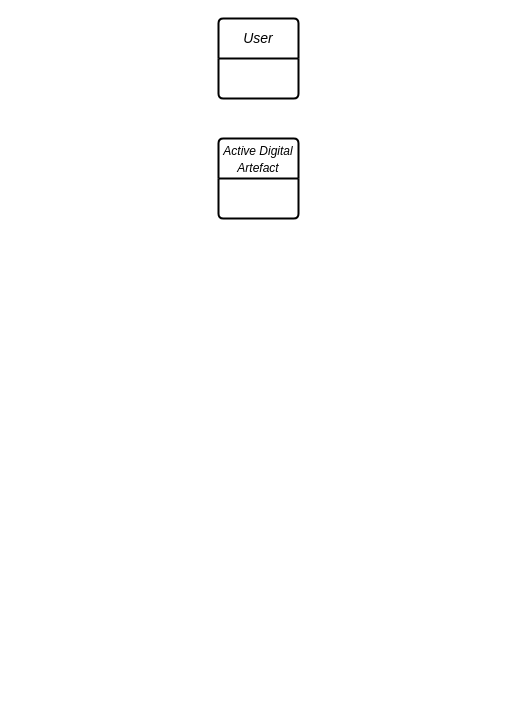
CoffeeNte/CoffeeNte keeps this draw.io diagram as Untitled Diagram.drawio. Above is the earlier version. Source tidied: cells renumbered, new cells numbered last; positions are measured from the earlier drawing's top-left corner, leaving out a move shared by most shapes. Both pictures are drawn from the tidied source at 100%, with x=0, y=0 at pixel (218, 18).
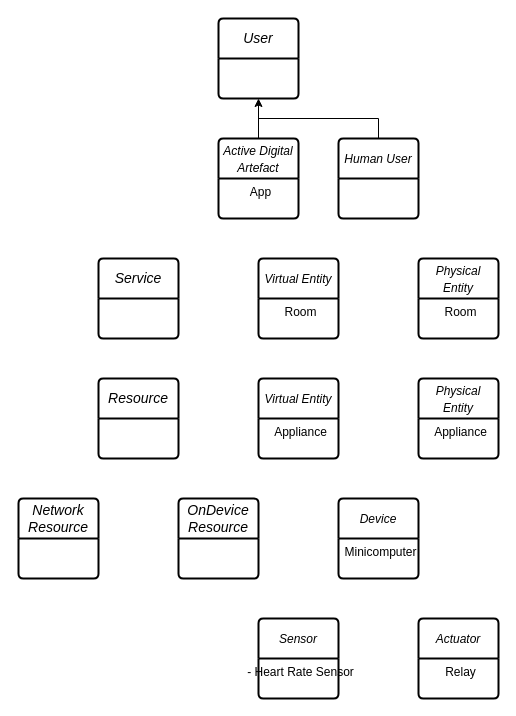
The same page after the edit.

The change refers to these unchanged cells:
```xml
<mxCell id="2" value="&lt;i&gt;User&lt;/i&gt;" style="swimlane;horizontal=1;startSize=40;rounded=1;fontSize=14;fontStyle=0;strokeWidth=2;shadow=0;dashed=0;align=center;arcSize=4;whiteSpace=wrap;html=1;" parent="1" vertex="1">
  <mxGeometry width="80" height="80" as="geometry" />
</mxCell>
```

What changed in the source:
```diff
@@
+    <mxCell id="4" style="edgeStyle=orthogonalEdgeStyle;rounded=0;jettySize=auto;html=1;exitX=0.5;exitY=0;exitDx=0;exitDy=0;entryX=0.5;entryY=1;entryDx=0;entryDy=0;" parent="1" edge="1" source="3" target="2">
+      <mxGeometry relative="1" as="geometry" />
+    </mxCell>
-    <mxCell id="3" value="&lt;font style=&quot;font-size: 12px;&quot;&gt;&lt;i&gt;Active Digital Artefact&lt;/i&gt;&lt;/font&gt;" style="swimlane;horizontal=1;startSize=40;rounded=1;fontSize=14;fontStyle=0;strokeWidth=2;shadow=0;dashed=0;align=center;arcSize=4;whiteSpace=wrap;html=1;" parent="1" vertex="1">
+    <mxCell id="3" value="&lt;i style=&quot;border-color: var(--border-color); font-size: 12px;&quot;&gt;Active Digital Artefact&lt;/i&gt;" style="swimlane;horizontal=1;startSize=40;rounded=1;fontSize=14;fontStyle=0;strokeWidth=2;shadow=0;dashed=0;align=center;arcSize=4;whiteSpace=wrap;html=1;" parent="1" vertex="1">
       <mxGeometry y="120" width="80" height="80" as="geometry" />
     </mxCell>
+    <mxCell id="5" value="&lt;div style=&quot;&quot;&gt;&lt;span style=&quot;background-color: initial;&quot;&gt;App&lt;/span&gt;&lt;/div&gt;" style="align=center;strokeColor=none;fillColor=none;spacingLeft=4;fontSize=12;verticalAlign=top;html=1;" parent="3" vertex="1">
+      <mxGeometry y="40" width="80" height="40" as="geometry" />
+    </mxCell>
+    <mxCell id="6" style="edgeStyle=orthogonalEdgeStyle;rounded=0;jettySize=auto;html=1;exitX=0.5;exitY=0;exitDx=0;exitDy=0;endArrow=none;endFill=0;" parent="1" edge="1" source="7">
+      <mxGeometry relative="1" as="geometry">
+        <mxPoint x="40" y="100" as="targetPoint" />
+        <Array as="points">
+          <mxPoint x="160" y="100" />
+        </Array>
+      </mxGeometry>
+    </mxCell>
+    <mxCell id="7" value="&lt;i style=&quot;border-color: var(--border-color); font-size: 12px;&quot;&gt;Human User&lt;/i&gt;" style="swimlane;horizontal=1;startSize=40;rounded=1;fontSize=14;fontStyle=0;strokeWidth=2;shadow=0;dashed=0;align=center;arcSize=4;whiteSpace=wrap;html=1;" parent="1" vertex="1">
+      <mxGeometry x="120" y="120" width="80" height="80" as="geometry" />
+    </mxCell>
+    <mxCell id="8" value="&lt;div style=&quot;&quot;&gt;&lt;br&gt;&lt;/div&gt;" style="align=center;strokeColor=none;fillColor=none;spacingLeft=4;fontSize=12;verticalAlign=top;html=1;" parent="7" vertex="1">
+      <mxGeometry y="40" width="80" height="40" as="geometry" />
+    </mxCell>
+    <mxCell id="9" value="&lt;i style=&quot;border-color: var(--border-color); font-size: 12px;&quot;&gt;Virtual Entity&lt;/i&gt;" style="swimlane;horizontal=1;startSize=40;rounded=1;fontSize=14;fontStyle=0;strokeWidth=2;shadow=0;dashed=0;align=center;arcSize=4;whiteSpace=wrap;html=1;" parent="1" vertex="1">
+      <mxGeometry x="40" y="240" width="80" height="80" as="geometry" />
+    </mxCell>
+    <mxCell id="10" value="&lt;div style=&quot;&quot;&gt;&lt;span style=&quot;background-color: initial;&quot;&gt;Room&lt;/span&gt;&lt;/div&gt;" style="align=center;strokeColor=none;fillColor=none;spacingLeft=4;fontSize=12;verticalAlign=top;html=1;" parent="9" vertex="1">
+      <mxGeometry y="40" width="80" height="40" as="geometry" />
+    </mxCell>
+    <mxCell id="11" value="&lt;i&gt;Service&lt;/i&gt;" style="swimlane;horizontal=1;startSize=40;rounded=1;fontSize=14;fontStyle=0;strokeWidth=2;shadow=0;dashed=0;align=center;arcSize=4;whiteSpace=wrap;html=1;" parent="1" vertex="1">
+      <mxGeometry x="-120" y="240" width="80" height="80" as="geometry" />
+    </mxCell>
+    <mxCell id="12" value="&lt;i&gt;Resource&lt;/i&gt;" style="swimlane;horizontal=1;startSize=40;rounded=1;fontSize=14;fontStyle=0;strokeWidth=2;shadow=0;dashed=0;align=center;arcSize=4;whiteSpace=wrap;html=1;" parent="1" vertex="1">
+      <mxGeometry x="-120" y="360" width="80" height="80" as="geometry" />
+    </mxCell>
+    <mxCell id="13" value="&lt;i&gt;Network Resource&lt;/i&gt;" style="swimlane;horizontal=1;startSize=40;rounded=1;fontSize=14;fontStyle=0;strokeWidth=2;shadow=0;dashed=0;align=center;arcSize=4;whiteSpace=wrap;html=1;" parent="1" vertex="1">
+      <mxGeometry x="-200" y="480" width="80" height="80" as="geometry" />
+    </mxCell>
+    <mxCell id="14" value="&lt;i&gt;OnDevice Resource&lt;/i&gt;" style="swimlane;horizontal=1;startSize=40;rounded=1;fontSize=14;fontStyle=0;strokeWidth=2;shadow=0;dashed=0;align=center;arcSize=4;whiteSpace=wrap;html=1;" parent="1" vertex="1">
+      <mxGeometry x="-40" y="480" width="80" height="80" as="geometry" />
+    </mxCell>
+    <mxCell id="15" value="&lt;i style=&quot;border-color: var(--border-color); font-size: 12px;&quot;&gt;Virtual Entity&lt;/i&gt;" style="swimlane;horizontal=1;startSize=40;rounded=1;fontSize=14;fontStyle=0;strokeWidth=2;shadow=0;dashed=0;align=center;arcSize=4;whiteSpace=wrap;html=1;" parent="1" vertex="1">
+      <mxGeometry x="40" y="360" width="80" height="80" as="geometry" />
+    </mxCell>
+    <mxCell id="16" value="&lt;div style=&quot;&quot;&gt;&lt;span style=&quot;background-color: initial;&quot;&gt;Appliance&lt;/span&gt;&lt;/div&gt;" style="align=center;strokeColor=none;fillColor=none;spacingLeft=4;fontSize=12;verticalAlign=top;html=1;" parent="15" vertex="1">
+      <mxGeometry y="40" width="80" height="40" as="geometry" />
+    </mxCell>
+    <mxCell id="17" value="&lt;i style=&quot;border-color: var(--border-color); font-size: 12px;&quot;&gt;Physical Entity&lt;/i&gt;" style="swimlane;horizontal=1;startSize=40;rounded=1;fontSize=14;fontStyle=0;strokeWidth=2;shadow=0;dashed=0;align=center;arcSize=4;whiteSpace=wrap;html=1;" parent="1" vertex="1">
+      <mxGeometry x="200" y="240" width="80" height="80" as="geometry" />
+    </mxCell>
+    <mxCell id="18" value="&lt;div style=&quot;&quot;&gt;&lt;span style=&quot;background-color: initial;&quot;&gt;Room&lt;/span&gt;&lt;/div&gt;" style="align=center;strokeColor=none;fillColor=none;spacingLeft=4;fontSize=12;verticalAlign=top;html=1;" parent="17" vertex="1">
+      <mxGeometry y="40" width="80" height="40" as="geometry" />
+    </mxCell>
+    <mxCell id="19" value="&lt;i style=&quot;border-color: var(--border-color); font-size: 12px;&quot;&gt;Physical Entity&lt;/i&gt;" style="swimlane;horizontal=1;startSize=40;rounded=1;fontSize=14;fontStyle=0;strokeWidth=2;shadow=0;dashed=0;align=center;arcSize=4;whiteSpace=wrap;html=1;" parent="1" vertex="1">
+      <mxGeometry x="200" y="360" width="80" height="80" as="geometry" />
+    </mxCell>
+    <mxCell id="20" value="&lt;div style=&quot;&quot;&gt;&lt;span style=&quot;background-color: initial;&quot;&gt;Appliance&lt;/span&gt;&lt;/div&gt;" style="align=center;strokeColor=none;fillColor=none;spacingLeft=4;fontSize=12;verticalAlign=top;html=1;" parent="19" vertex="1">
+      <mxGeometry y="40" width="80" height="40" as="geometry" />
+    </mxCell>
+    <mxCell id="21" value="&lt;span style=&quot;border-color: var(--border-color); font-size: 12px;&quot;&gt;Device&lt;/span&gt;" style="swimlane;horizontal=1;startSize=40;rounded=1;fontSize=14;fontStyle=2;strokeWidth=2;shadow=0;dashed=0;align=center;arcSize=4;whiteSpace=wrap;html=1;" parent="1" vertex="1">
+      <mxGeometry x="120" y="480" width="80" height="80" as="geometry" />
+    </mxCell>
+    <mxCell id="22" value="&lt;div style=&quot;&quot;&gt;&lt;span style=&quot;background-color: initial;&quot;&gt;Minicomputer&lt;/span&gt;&lt;/div&gt;" style="align=center;strokeColor=none;fillColor=none;spacingLeft=4;fontSize=12;verticalAlign=top;html=1;" parent="21" vertex="1">
+      <mxGeometry y="40" width="80" height="40" as="geometry" />
+    </mxCell>
+    <mxCell id="23" value="&lt;span style=&quot;border-color: var(--border-color); font-size: 12px;&quot;&gt;Sensor&lt;/span&gt;" style="swimlane;horizontal=1;startSize=40;rounded=1;fontSize=14;fontStyle=2;strokeWidth=2;shadow=0;dashed=0;align=center;arcSize=4;whiteSpace=wrap;html=1;" parent="1" vertex="1">
+      <mxGeometry x="40" y="600" width="80" height="80" as="geometry" />
+    </mxCell>
+    <mxCell id="24" value="&lt;div style=&quot;&quot;&gt;- Heart Rate Sensor&lt;/div&gt;&lt;div style=&quot;&quot;&gt;&lt;br&gt;&lt;/div&gt;" style="align=center;strokeColor=none;fillColor=none;spacingLeft=4;fontSize=12;verticalAlign=top;html=1;" parent="23" vertex="1">
+      <mxGeometry y="40" width="80" height="40" as="geometry" />
+    </mxCell>
+    <mxCell id="25" value="&lt;span style=&quot;border-color: var(--border-color); font-size: 12px;&quot;&gt;Actuator&lt;/span&gt;" style="swimlane;horizontal=1;startSize=40;rounded=1;fontSize=14;fontStyle=2;strokeWidth=2;shadow=0;dashed=0;align=center;arcSize=4;whiteSpace=wrap;html=1;" parent="1" vertex="1">
+      <mxGeometry x="200" y="600" width="80" height="80" as="geometry" />
+    </mxCell>
+    <mxCell id="26" value="&lt;div style=&quot;&quot;&gt;&lt;span style=&quot;background-color: initial;&quot;&gt;Relay&lt;/span&gt;&lt;/div&gt;" style="align=center;strokeColor=none;fillColor=none;spacingLeft=4;fontSize=12;verticalAlign=top;html=1;" parent="25" vertex="1">
+      <mxGeometry y="40" width="80" height="40" as="geometry" />
+    </mxCell>
```
